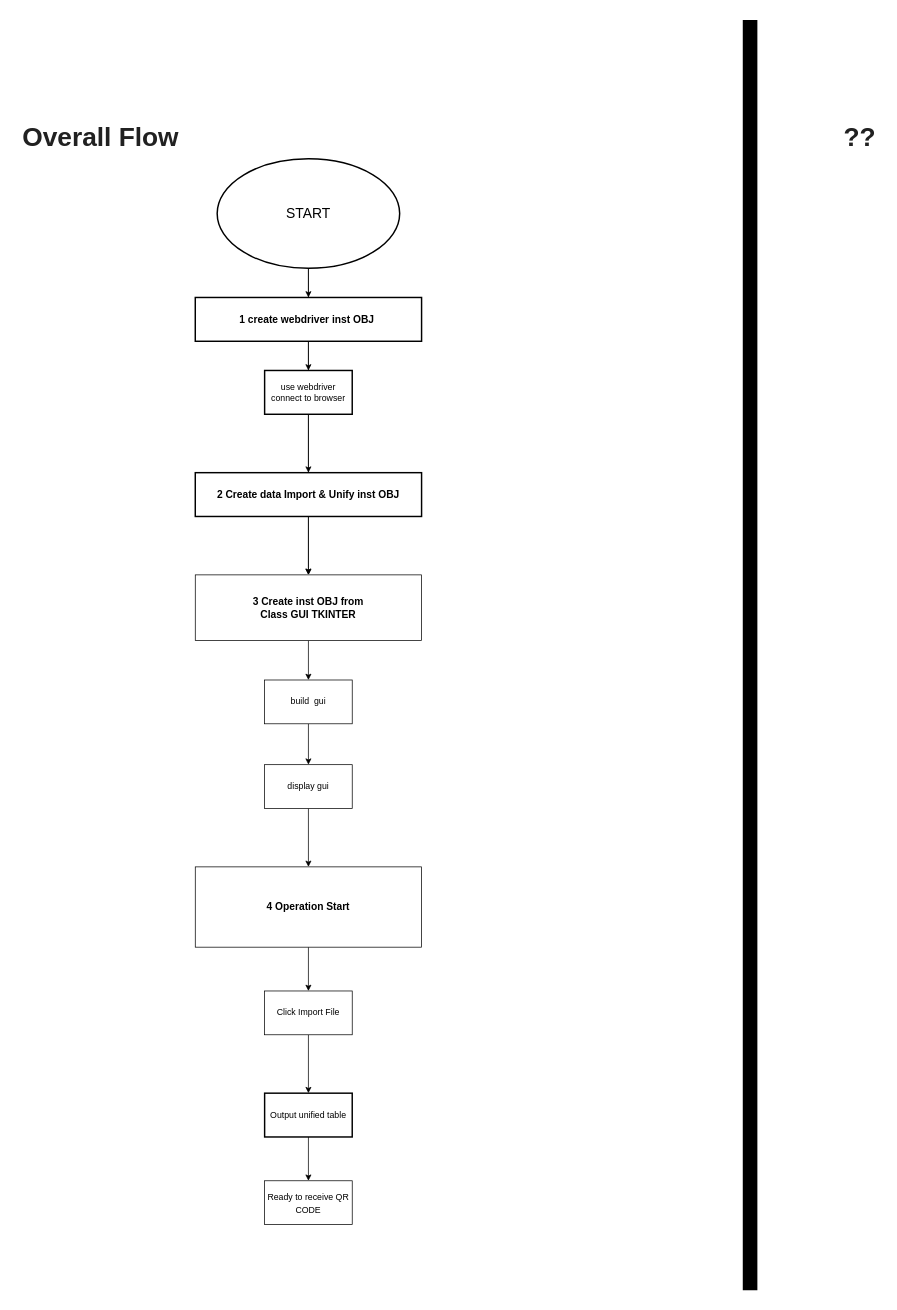
This is projects/auto_sn/flowchart.drawio from iHaveNoKnowledge/Python, a draw.io file, before an edit. Source tidied: cells renumbered, new cells numbered last; positions are measured from the earlier drawing's top-left corner, leaving out a move shared by most shapes. Both pictures are drawn from the tidied source at 73%, with x=0, y=0 at pixel (12, 20).
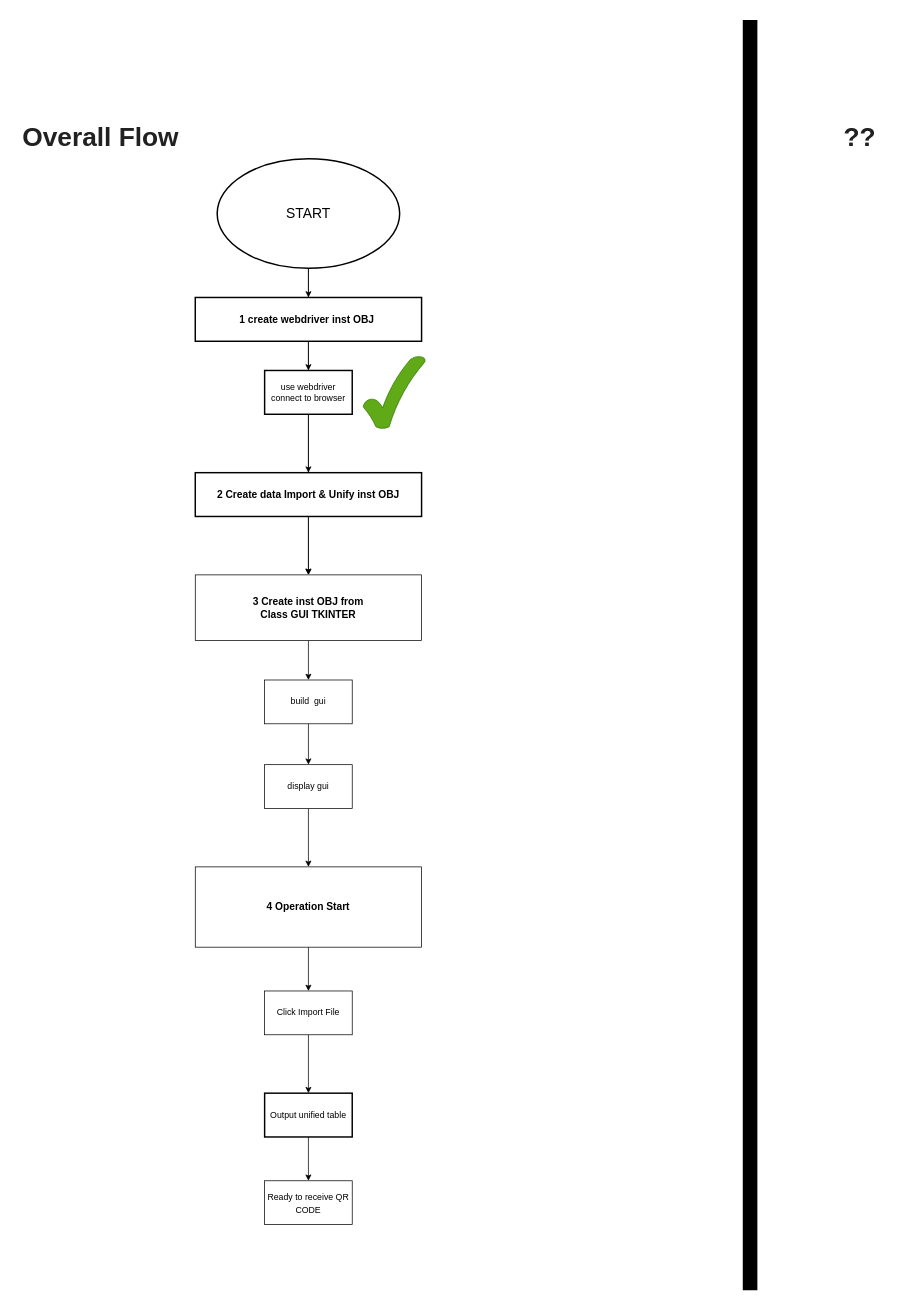
The same diagram, later.

Change to the diagram source:
```diff
@@
+    <mxCell id="27" style="verticalLabelPosition=bottom;verticalAlign=top;html=1;shape=mxgraph.basic.tick;strokeColor=#2D7600;fontSize=36;fontColor=#ffffff;fillColor=#60a917;" parent="1" vertex="1">
+      <mxGeometry x="480" y="460" width="85" height="100" as="geometry" />
+    </mxCell>
```
